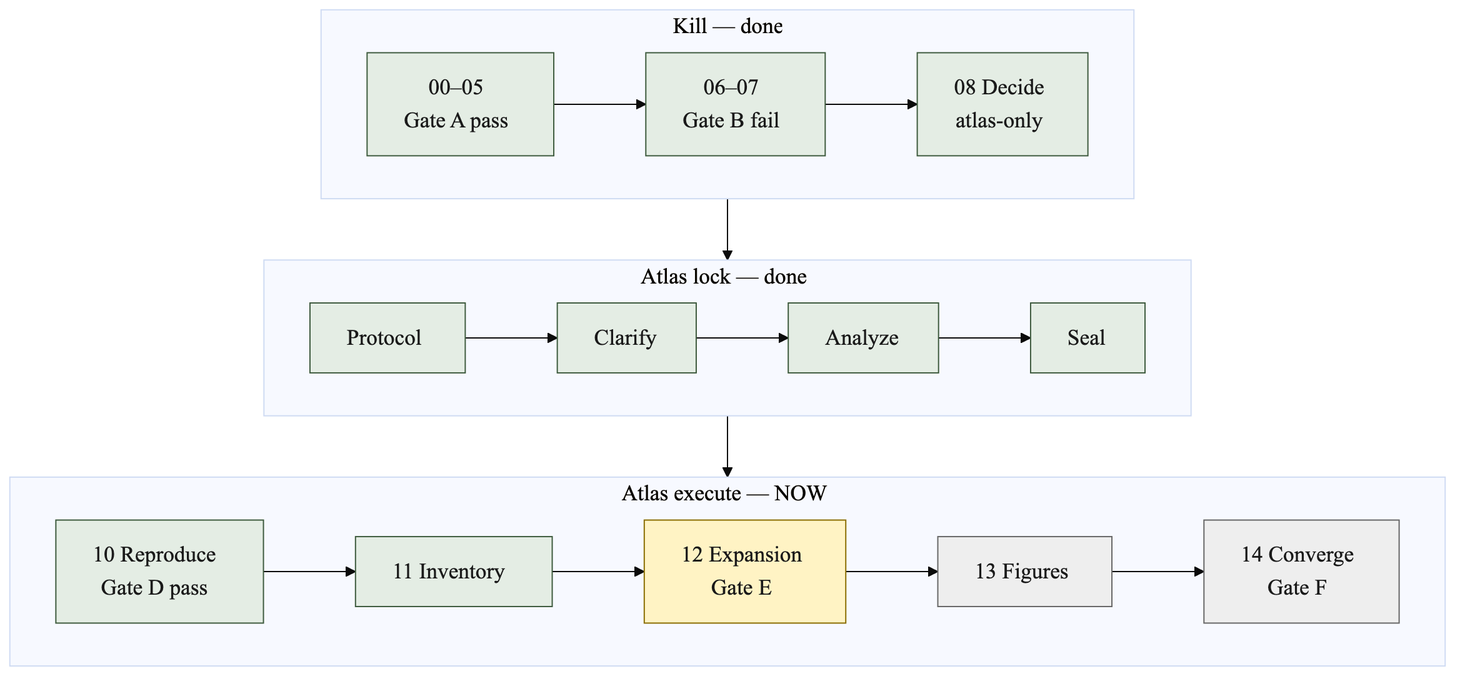
The Mermaid diagram docs/diagrams/scendo-units.png in cauld/scendo, before a commit. Its source is kept beside it as docs/diagrams/scendo-units.mmd.
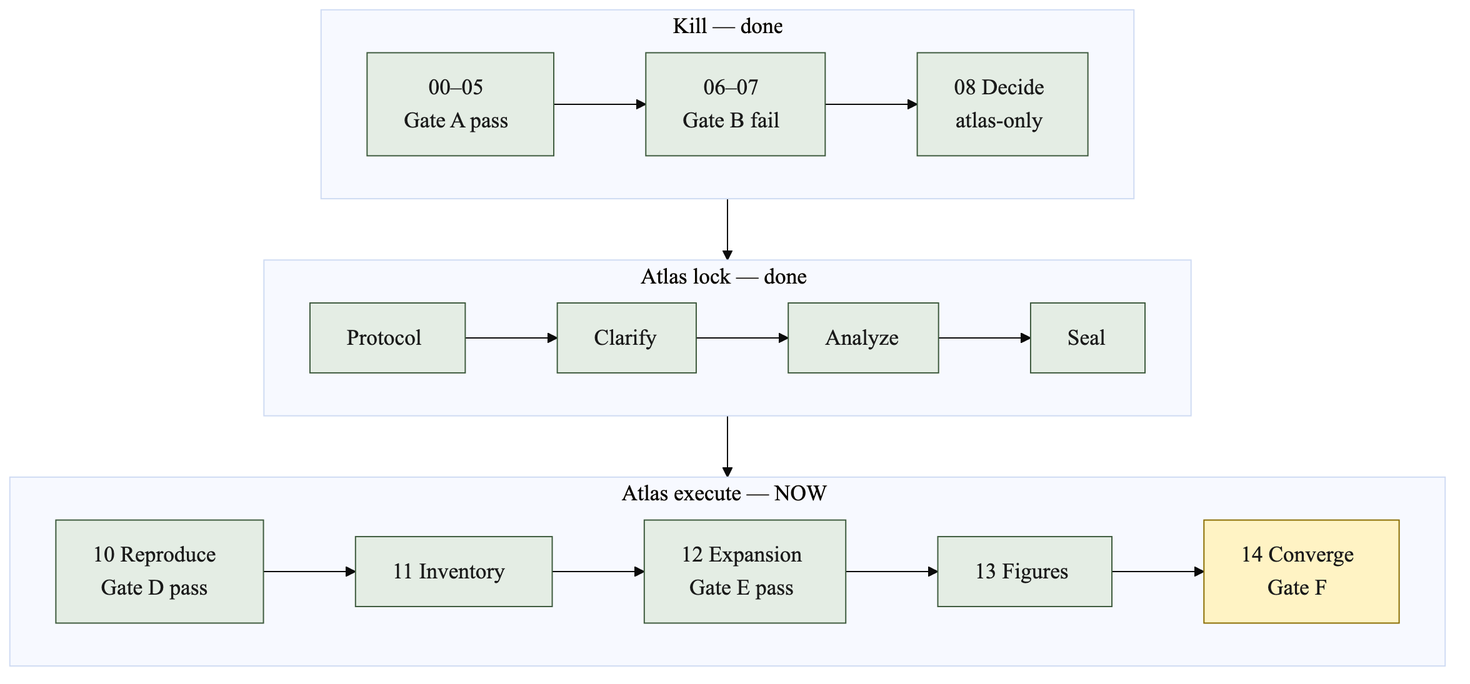
Above is the later version.

Change to the diagram source:
```diff
@@ -16,7 +16,7 @@
   subgraph run["Atlas execute — NOW"]
     direction LR
     U10["10 Reproduce<br/>Gate D pass"] --> U11["11 Inventory"]
-    U11 --> U12["12 Expansion<br/>Gate E"]
+    U11 --> U12["12 Expansion<br/>Gate E pass"]
     U12 --> U13["13 Figures"]
     U13 --> U14["14 Converge<br/>Gate F"]
   end
@@ -27,6 +27,5 @@
   classDef done fill:#E4EDE4,stroke:#3D5A3D,color:#1A1A1A
   classDef now fill:#FFF3C4,stroke:#8A6D00,color:#1A1A1A
   classDef later fill:#EEEEEE,stroke:#666666,color:#1A1A1A
-  class U00,U06,U08,PR,CL,AN,SE,U10,U11 done
-  class U12 now
-  class U13,U14 later
+  class U00,U06,U08,PR,CL,AN,SE,U10,U11,U12,U13 done
+  class U14 now
```
